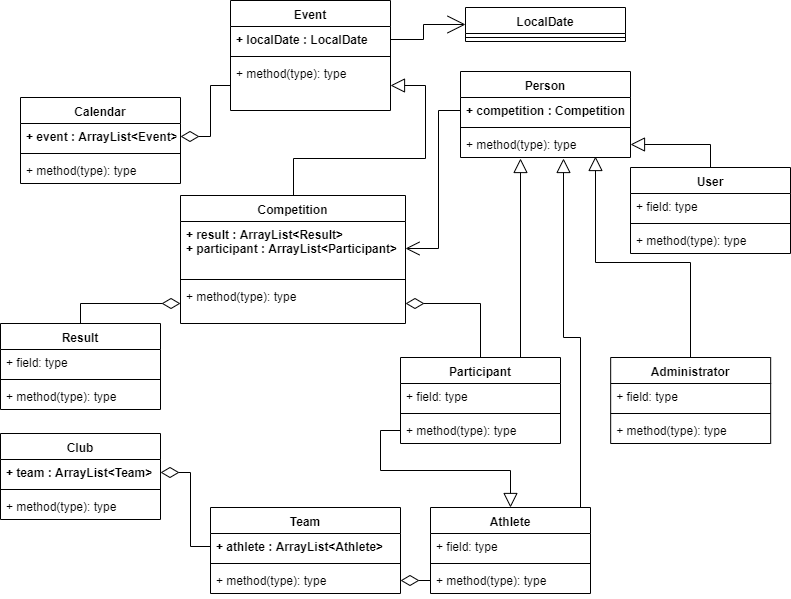
Earlier version of the draw.io export diagrams/class/uml-class-diagram-application.png (skarning/software-engineering-gr14-project). Source tidied: cells renumbered, new cells last; positions are measured from the earlier drawing's top-left corner, leaving out a move shared by most shapes.
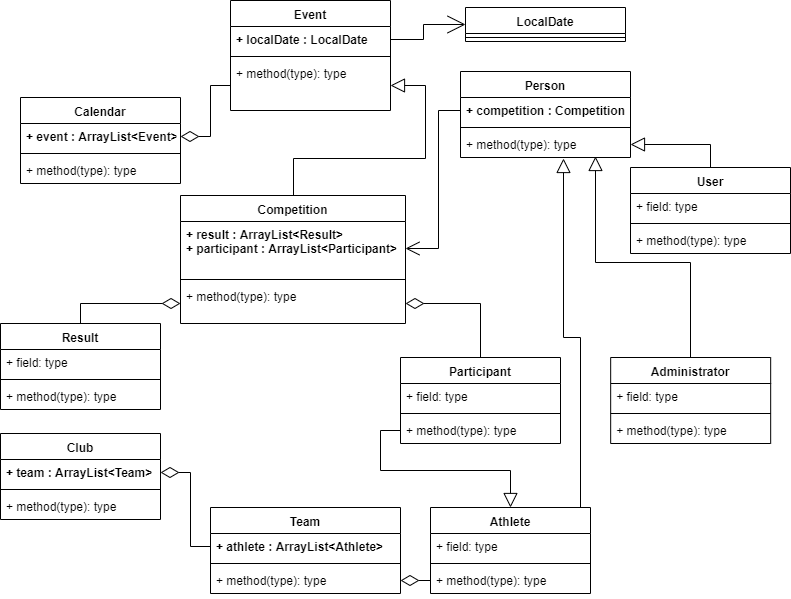
The same diagram one commit later.

Commit message:
Delete Participant extends Person UML arrow..

.. due to Participant extends Athlete and Athlete extends Person

The edit, as a diff of the source:
```diff
@@ -125,11 +125,6 @@
     <mxCell id="40" value="+ method(type): type" style="text;strokeColor=none;fillColor=none;align=left;verticalAlign=top;spacingLeft=4;spacingRight=4;overflow=hidden;points=[[0,0.5],[1,0.5]];portConstraint=eastwest;" parent="37" vertex="1">
       <mxGeometry y="88" width="225" height="40" as="geometry" />
     </mxCell>
-    <mxCell id="41" style="edgeStyle=orthogonalEdgeStyle;rounded=0;jettySize=auto;html=1;exitX=0.75;exitY=0;exitDx=0;exitDy=0;endArrow=block;endFill=0;endSize=12;" parent="1" edge="1" source="43">
-      <mxGeometry relative="1" as="geometry">
-        <mxPoint x="520" y="158" as="targetPoint" />
-      </mxGeometry>
-    </mxCell>
     <mxCell id="42" style="edgeStyle=orthogonalEdgeStyle;rounded=0;jettySize=auto;html=1;exitX=0.5;exitY=0;exitDx=0;exitDy=0;entryX=1;entryY=0.5;entryDx=0;entryDy=0;startArrow=none;startFill=0;startSize=6;endArrow=diamondThin;endFill=0;endSize=16;strokeWidth=1;" parent="1" edge="1" source="43" target="40">
       <mxGeometry relative="1" as="geometry" />
     </mxCell>
```
